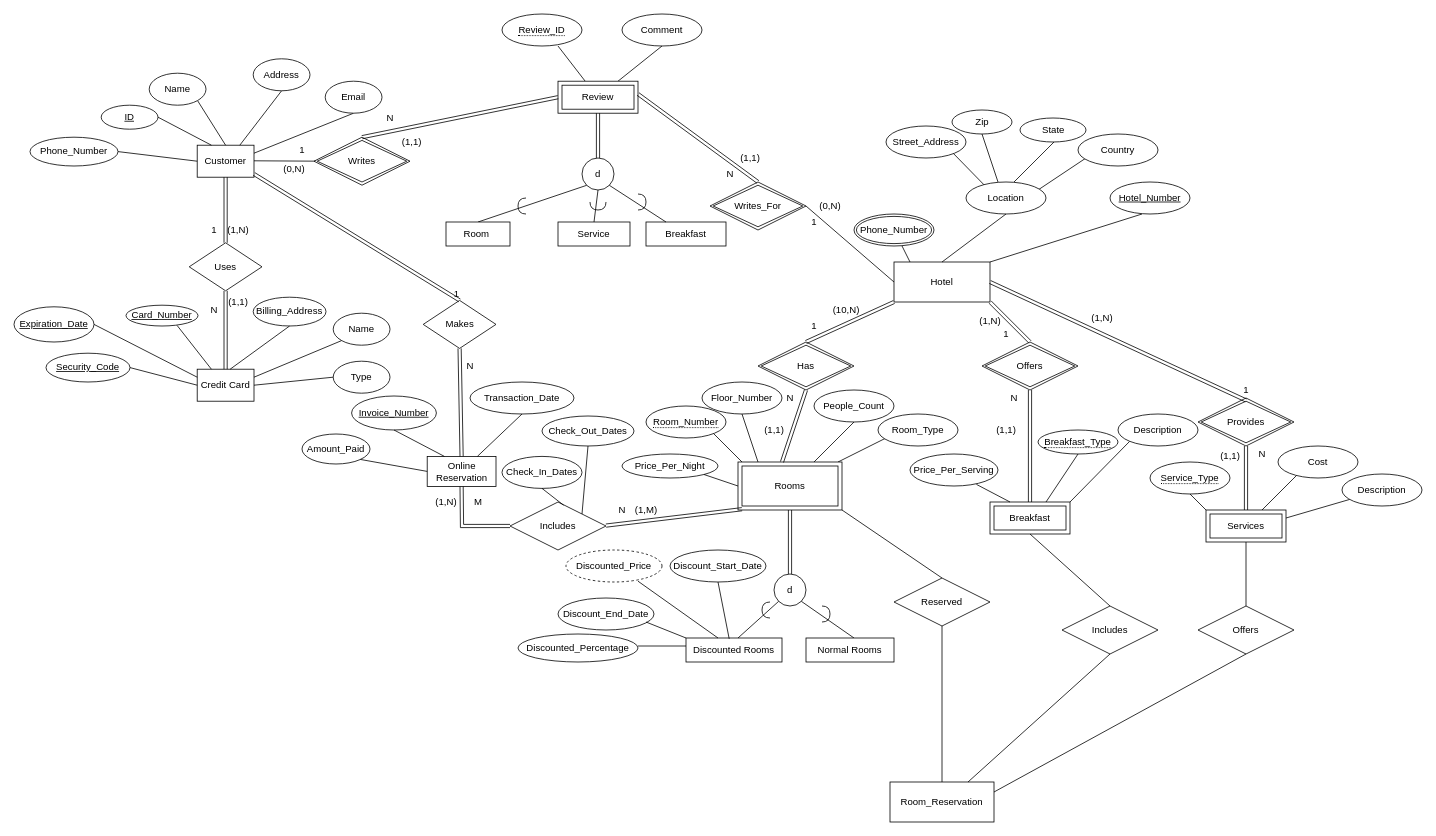
Above: diagrams/hotel-entity-0.1.drawio in susbiswas/njit-dbms-project1 (draw.io), before the change. Source tidied: cells renumbered, new cells numbered last; positions are measured from the earlier drawing's top-left corner, leaving out a move shared by most shapes. Both pictures are drawn from the tidied source at 80%, with x=0, y=0 at pixel (14, 14).
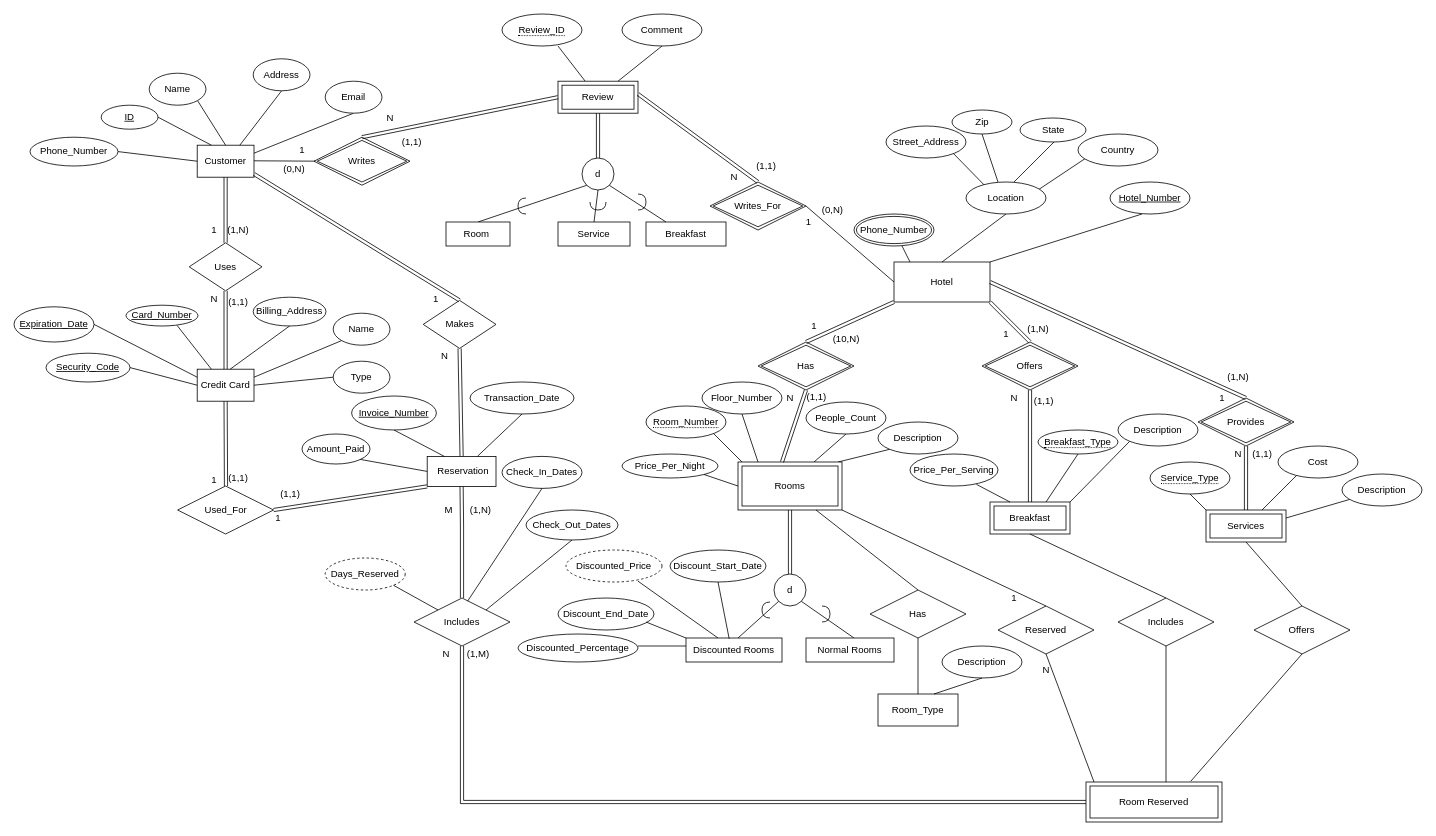
The same diagram, later.

Unchanged cells that the change refers to:
```xml
<mxCell id="11" value="Rooms" style="shape=ext;margin=3;double=1;whiteSpace=wrap;html=1;align=center;" parent="1" vertex="1">
  <mxGeometry x="905" y="560" width="130" height="60" as="geometry" />
</mxCell>
<mxCell id="17" value="Hotel" style="rounded=0;whiteSpace=wrap;html=1;" parent="1" vertex="1">
  <mxGeometry x="1100" y="310" width="120" height="50" as="geometry" />
</mxCell>
<mxCell id="29" value="Provides" style="shape=rhombus;double=1;perimeter=rhombusPerimeter;whiteSpace=wrap;html=1;align=center;" parent="1" vertex="1">
  <mxGeometry x="1480" y="480" width="120" height="60" as="geometry" />
</mxCell>
<mxCell id="83" value="Credit Card" style="whiteSpace=wrap;html=1;align=center;" parent="1" vertex="1">
  <mxGeometry x="229" y="444" width="71" height="40" as="geometry" />
</mxCell>
<mxCell id="163" style="shape=link;html=1;rounded=0;entryX=0.5;entryY=0;entryDx=0;entryDy=0;" parent="1" edge="1" target="100">
  <mxGeometry relative="1" as="geometry">
    <mxPoint x="300" y="200" as="sourcePoint" />
  </mxGeometry>
</mxCell>
```

The edit, as a diff of the source:
```diff
@@
-    <mxCell id="7" style="endArrow=none;html=1;" parent="1" edge="1">
+    <mxCell id="7" style="endArrow=none;html=1;entryX=0;entryY=1;entryDx=0;entryDy=0;" parent="1" edge="1" target="15">
       <mxGeometry relative="1" as="geometry">
         <mxPoint x="1030" y="560" as="sourcePoint" />
-        <mxPoint x="1090" y="530" as="targetPoint" />
       </mxGeometry>
     </mxCell>
-    <mxCell id="8" style="endArrow=none;html=1;" parent="1" edge="1">
+    <mxCell id="8" style="endArrow=none;html=1;entryX=0.5;entryY=1;entryDx=0;entryDy=0;" parent="1" edge="1" target="14">
       <mxGeometry relative="1" as="geometry">
         <mxPoint x="1000" y="560" as="sourcePoint" />
-        <mxPoint x="1050" y="510" as="targetPoint" />
       </mxGeometry>
     </mxCell>
@@
     <mxCell id="14" value="People_Count" style="ellipse;whiteSpace=wrap;html=1;align=center;" parent="1" vertex="1">
-      <mxGeometry x="1000" y="470" width="100" height="40" as="geometry" />
+      <mxGeometry x="990" y="485" width="100" height="40" as="geometry" />
     </mxCell>
-    <mxCell id="15" value="Room_Type" style="ellipse;whiteSpace=wrap;html=1;align=center;" parent="1" vertex="1">
-      <mxGeometry x="1080" y="500" width="100" height="40" as="geometry" />
+    <mxCell id="15" value="Description" style="ellipse;whiteSpace=wrap;html=1;align=center;" parent="1" vertex="1">
+      <mxGeometry x="1080" y="510" width="100" height="40" as="geometry" />
     </mxCell>
@@
     <mxCell id="66" value="Includes" style="shape=rhombus;perimeter=rhombusPerimeter;whiteSpace=wrap;html=1;align=center;" parent="1" vertex="1">
-      <mxGeometry x="620" y="610" width="120" height="60" as="geometry" />
+      <mxGeometry x="500" y="730" width="120" height="60" as="geometry" />
     </mxCell>
@@
-    <mxCell id="71" value="1" style="text;html=1;align=center;verticalAlign=middle;points=[];" parent="1" vertex="1">
-      <mxGeometry x="1530" y="460" width="20" height="20" as="geometry" />
-    </mxCell>
     <mxCell id="72" value="N" style="text;html=1;align=center;verticalAlign=middle;" parent="1" vertex="1">
-      <mxGeometry x="1550" y="540" width="20" height="20" as="geometry" />
+      <mxGeometry x="1520" y="540" width="20" height="20" as="geometry" />
     </mxCell>
@@
-    <mxCell id="99" value="Online Reservation" style="whiteSpace=wrap;html=1;align=center;" parent="1" vertex="1">
+    <mxCell id="99" value="&amp;nbsp;Reservation" style="whiteSpace=wrap;html=1;align=center;" parent="1" vertex="1">
       <mxGeometry x="516.5" y="553" width="86" height="37.5" as="geometry" />
     </mxCell>
@@
-    <mxCell id="107" style="shape=link;html=1;rounded=0;entryX=0;entryY=0.5;entryDx=0;entryDy=0;exitX=0.5;exitY=1;exitDx=0;exitDy=0;" parent="1" edge="1" source="99" target="66">
+    <mxCell id="107" style="shape=link;html=1;rounded=0;entryX=0.5;entryY=0;entryDx=0;entryDy=0;exitX=0.5;exitY=1;exitDx=0;exitDy=0;" parent="1" edge="1" source="99" target="66">
       <mxGeometry relative="1" as="geometry">
         <Array as="points">
           <mxPoint x="560" y="640" />
         </Array>
       </mxGeometry>
     </mxCell>
@@
-    <mxCell id="109" value="Room_Reservation" style="whiteSpace=wrap;html=1;align=center;" parent="1" vertex="1">
-      <mxGeometry x="1095" y="960" width="130" height="50" as="geometry" />
-    </mxCell>
     <mxCell id="110" value="Reserved" style="shape=rhombus;perimeter=rhombusPerimeter;whiteSpace=wrap;html=1;align=center;" parent="1" vertex="1">
-      <mxGeometry x="1100" y="705" width="120" height="60" as="geometry" />
+      <mxGeometry x="1230" y="740" width="120" height="60" as="geometry" />
     </mxCell>
@@
-    <mxCell id="112" style="endArrow=none;html=1;rounded=0;exitX=0.5;exitY=1;exitDx=0;exitDy=0;entryX=0.5;entryY=0;entryDx=0;entryDy=0;" parent="1" edge="1" source="110" target="109">
-      <mxGeometry relative="1" as="geometry" />
+    <mxCell id="112" style="endArrow=none;html=1;rounded=0;exitX=0.5;exitY=1;exitDx=0;exitDy=0;" parent="1" edge="1" source="110">
+      <mxGeometry relative="1" as="geometry">
+        <mxPoint x="1350" y="960" as="targetPoint" />
+      </mxGeometry>
     </mxCell>
-    <mxCell id="113" style="endArrow=none;html=1;rounded=0;" parent="1" edge="1">
+    <mxCell id="113" style="endArrow=none;html=1;rounded=0;entryX=0.5;entryY=0;entryDx=0;entryDy=0;" parent="1" edge="1" target="114">
       <mxGeometry relative="1" as="geometry">
         <mxPoint x="1270" y="650" as="sourcePoint" />
-        <mxPoint x="1370" y="740" as="targetPoint" />
       </mxGeometry>
     </mxCell>
     <mxCell id="114" value="Includes" style="shape=rhombus;perimeter=rhombusPerimeter;whiteSpace=wrap;html=1;align=center;" parent="1" vertex="1">
-      <mxGeometry x="1310" y="740" width="120" height="60" as="geometry" />
+      <mxGeometry x="1380" y="730" width="120" height="60" as="geometry" />
     </mxCell>
-    <mxCell id="115" style="endArrow=none;html=1;rounded=0;entryX=0.75;entryY=0;entryDx=0;entryDy=0;" parent="1" edge="1" target="109">
+    <mxCell id="115" style="endArrow=none;html=1;rounded=0;exitX=0.5;exitY=1;exitDx=0;exitDy=0;" parent="1" edge="1" source="114">
       <mxGeometry relative="1" as="geometry">
-        <mxPoint x="1370" y="800" as="sourcePoint" />
+        <mxPoint x="1440" y="960" as="targetPoint" />
       </mxGeometry>
     </mxCell>
-    <mxCell id="116" style="endArrow=none;html=1;rounded=0;" parent="1" edge="1">
+    <mxCell id="116" style="endArrow=none;html=1;rounded=0;entryX=0.5;entryY=0;entryDx=0;entryDy=0;" parent="1" edge="1" target="117">
       <mxGeometry relative="1" as="geometry">
         <mxPoint x="1540" y="660" as="sourcePoint" />
-        <mxPoint x="1540" y="740" as="targetPoint" />
       </mxGeometry>
     </mxCell>
     <mxCell id="117" value="Offers" style="shape=rhombus;perimeter=rhombusPerimeter;whiteSpace=wrap;html=1;align=center;" parent="1" vertex="1">
-      <mxGeometry x="1480" y="740" width="120" height="60" as="geometry" />
+      <mxGeometry x="1550" y="740" width="120" height="60" as="geometry" />
     </mxCell>
-    <mxCell id="118" style="endArrow=none;html=1;rounded=0;entryX=0.5;entryY=1;entryDx=0;entryDy=0;exitX=1;exitY=0.25;exitDx=0;exitDy=0;" parent="1" edge="1" source="109" target="117">
-      <mxGeometry relative="1" as="geometry" />
+    <mxCell id="118" style="endArrow=none;html=1;rounded=0;entryX=0.5;entryY=1;entryDx=0;entryDy=0;exitX=0.931;exitY=-0.02;exitDx=0;exitDy=0;exitPerimeter=0;" parent="1" edge="1" target="117">
+      <mxGeometry relative="1" as="geometry">
+        <mxPoint x="1471" y="959" as="sourcePoint" />
+      </mxGeometry>
     </mxCell>
-    <mxCell id="119" style="shape=link;html=1;rounded=0;" parent="1" edge="1">
-      <mxGeometry relative="1" as="geometry">
-        <mxPoint x="740" y="639.5" as="sourcePoint" />
-        <mxPoint x="910" y="619" as="targetPoint" />
-      </mxGeometry>
-    </mxCell>
@@
-    <mxCell id="143" style="shape=link;html=1;rounded=0;exitX=1;exitY=0.5;exitDx=0;exitDy=0;entryX=0.5;entryY=1.15;entryDx=0;entryDy=0;entryPerimeter=0;" parent="1" edge="1" source="17" target="71">
+    <mxCell id="143" style="shape=link;html=1;rounded=0;exitX=1;exitY=0.5;exitDx=0;exitDy=0;entryX=0.5;entryY=0;entryDx=0;entryDy=0;" parent="1" edge="1" source="17" target="29">
       <mxGeometry relative="1" as="geometry" />
     </mxCell>
     <mxCell id="144" value="(10,N)" style="text;html=1;align=center;verticalAlign=middle;" parent="1" vertex="1">
-      <mxGeometry x="1015" y="360" width="50" height="20" as="geometry" />
+      <mxGeometry x="1015" y="397" width="50" height="20" as="geometry" />
     </mxCell>
     <mxCell id="145" value="(1,1)" style="text;html=1;align=center;verticalAlign=middle;" parent="1" vertex="1">
-      <mxGeometry x="930" y="510" width="40" height="20" as="geometry" />
+      <mxGeometry x="983" y="469" width="40" height="20" as="geometry" />
     </mxCell>
     <mxCell id="146" value="(1,N)" style="text;html=1;align=center;verticalAlign=middle;" parent="1" vertex="1">
-      <mxGeometry x="1200" y="374" width="40" height="20" as="geometry" />
+      <mxGeometry x="1260" y="384" width="40" height="20" as="geometry" />
     </mxCell>
     <mxCell id="147" value="(1,1)" style="text;html=1;align=center;verticalAlign=middle;" parent="1" vertex="1">
-      <mxGeometry x="1220" y="510" width="40" height="20" as="geometry" />
+      <mxGeometry x="1267" y="474" width="40" height="20" as="geometry" />
     </mxCell>
     <mxCell id="148" value="(1,N)" style="text;html=1;align=center;verticalAlign=middle;" parent="1" vertex="1">
-      <mxGeometry x="1340" y="370" width="40" height="20" as="geometry" />
+      <mxGeometry x="1510" y="444" width="40" height="20" as="geometry" />
     </mxCell>
     <mxCell id="149" value="(1,1)" style="text;html=1;align=center;verticalAlign=middle;" parent="1" vertex="1">
-      <mxGeometry x="1500" y="542.5" width="40" height="20" as="geometry" />
+      <mxGeometry x="1540" y="540" width="40" height="20" as="geometry" />
     </mxCell>
     <mxCell id="150" value="N" style="text;html=1;align=center;verticalAlign=middle;" parent="1" vertex="1">
-      <mxGeometry x="560" y="430" width="20" height="20" as="geometry" />
+      <mxGeometry x="528" y="418" width="20" height="20" as="geometry" />
     </mxCell>
-    <mxCell id="151" value="N" style="text;html=1;align=center;verticalAlign=middle;" parent="1" vertex="1">
-      <mxGeometry x="750" y="610" width="20" height="20" as="geometry" />
-    </mxCell>
     <mxCell id="152" value="M" style="text;html=1;align=center;verticalAlign=middle;" parent="1" vertex="1">
-      <mxGeometry x="565" y="600" width="30" height="20" as="geometry" />
+      <mxGeometry x="528" y="610" width="30" height="20" as="geometry" />
     </mxCell>
-    <mxCell id="153" value="(1,M)" style="text;html=1;align=center;verticalAlign=middle;" parent="1" vertex="1">
-      <mxGeometry x="770" y="610" width="40" height="20" as="geometry" />
-    </mxCell>
     <mxCell id="154" value="(1,N)" style="text;html=1;align=center;verticalAlign=middle;" parent="1" vertex="1">
-      <mxGeometry x="520" y="600" width="40" height="20" as="geometry" />
+      <mxGeometry x="562.5" y="610" width="40" height="20" as="geometry" />
     </mxCell>
@@
     <mxCell id="156" value="Check_Out_Dates" style="ellipse;whiteSpace=wrap;html=1;align=center;" parent="1" vertex="1">
-      <mxGeometry x="660" y="502.5" width="115" height="37.5" as="geometry" />
+      <mxGeometry x="640" y="620" width="115" height="37.5" as="geometry" />
     </mxCell>
@@
     <mxCell id="159" value="N" style="text;html=1;align=center;verticalAlign=middle;" parent="1" vertex="1">
-      <mxGeometry x="240" y="360" width="20" height="20" as="geometry" />
+      <mxGeometry x="240" y="346" width="20" height="20" as="geometry" />
     </mxCell>
@@
-    <mxCell id="164" value="1" style="html=1;align=right;verticalAlign=bottom;" parent="163" vertex="1">
-      <mxGeometry x="1" relative="1" as="geometry" />
-    </mxCell>
@@
     <mxCell id="171" value="N" style="text;html=1;align=center;verticalAlign=middle;" parent="1" vertex="1">
-      <mxGeometry x="885" y="190" width="20" height="20" as="geometry" />
+      <mxGeometry x="890" y="194" width="20" height="20" as="geometry" />
     </mxCell>
     <mxCell id="172" value="1" style="text;html=1;align=center;verticalAlign=middle;" parent="1" vertex="1">
-      <mxGeometry x="990" y="250" width="20" height="20" as="geometry" />
+      <mxGeometry x="983" y="250" width="20" height="20" as="geometry" />
     </mxCell>
     <mxCell id="173" value="(0,N)" style="text;html=1;align=center;verticalAlign=middle;" parent="1" vertex="1">
-      <mxGeometry x="1000" y="230" width="40" height="20" as="geometry" />
+      <mxGeometry x="1003" y="235" width="40" height="20" as="geometry" />
     </mxCell>
     <mxCell id="174" value="(1,1)" style="text;html=1;align=center;verticalAlign=middle;" parent="1" vertex="1">
-      <mxGeometry x="900" y="170" width="40" height="20" as="geometry" />
+      <mxGeometry x="920" y="180" width="40" height="20" as="geometry" />
     </mxCell>
+    <mxCell id="175" style="endArrow=none;html=1;entryX=0.75;entryY=1;entryDx=0;entryDy=0;" parent="1" edge="1" target="11">
+      <mxGeometry relative="1" as="geometry">
+        <mxPoint x="1130" y="720" as="sourcePoint" />
+      </mxGeometry>
+    </mxCell>
+    <mxCell id="176" value="Has" style="shape=rhombus;perimeter=rhombusPerimeter;whiteSpace=wrap;html=1;align=center;" parent="1" vertex="1">
+      <mxGeometry x="1070" y="720" width="120" height="60" as="geometry" />
+    </mxCell>
+    <mxCell id="177" style="endArrow=none;html=1;rounded=0;" parent="1" edge="1">
+      <mxGeometry relative="1" as="geometry">
+        <mxPoint x="1130" y="780" as="sourcePoint" />
+        <mxPoint x="1130" y="850" as="targetPoint" />
+      </mxGeometry>
+    </mxCell>
+    <mxCell id="178" value="Room_Type" style="whiteSpace=wrap;html=1;align=center;" parent="1" vertex="1">
+      <mxGeometry x="1080" y="850" width="100" height="40" as="geometry" />
+    </mxCell>
+    <mxCell id="179" value="Description" style="ellipse;whiteSpace=wrap;html=1;align=center;" parent="1" vertex="1">
+      <mxGeometry x="1160" y="790" width="100" height="40" as="geometry" />
+    </mxCell>
+    <mxCell id="180" style="endArrow=none;html=1;rounded=0;entryX=0.5;entryY=1;entryDx=0;entryDy=0;" parent="1" edge="1" target="179">
+      <mxGeometry relative="1" as="geometry">
+        <mxPoint x="1150" y="850" as="sourcePoint" />
+      </mxGeometry>
+    </mxCell>
+    <mxCell id="181" style="shape=link;html=1;rounded=0;exitX=0.5;exitY=1;exitDx=0;exitDy=0;" parent="1" edge="1" source="83">
+      <mxGeometry relative="1" as="geometry">
+        <mxPoint x="265" y="590" as="targetPoint" />
+      </mxGeometry>
+    </mxCell>
+    <mxCell id="182" value="Used_For" style="shape=rhombus;perimeter=rhombusPerimeter;whiteSpace=wrap;html=1;align=center;" parent="1" vertex="1">
+      <mxGeometry x="204.5" y="590" width="120" height="60" as="geometry" />
+    </mxCell>
+    <mxCell id="183" style="shape=link;html=1;rounded=0;entryX=0;entryY=1;entryDx=0;entryDy=0;exitX=1;exitY=0.5;exitDx=0;exitDy=0;" parent="1" edge="1" source="182" target="99">
+      <mxGeometry relative="1" as="geometry" />
+    </mxCell>
+    <mxCell id="184" value="1" style="text;html=1;align=center;verticalAlign=middle;" parent="1" vertex="1">
+      <mxGeometry x="240" y="573" width="20" height="20" as="geometry" />
+    </mxCell>
+    <mxCell id="185" value="1" style="text;html=1;align=center;verticalAlign=middle;rotation=0;" parent="1" vertex="1">
+      <mxGeometry x="320" y="620" width="20" height="20" as="geometry" />
+    </mxCell>
+    <mxCell id="186" value="(1,1)" style="text;html=1;align=center;verticalAlign=middle;" parent="1" vertex="1">
+      <mxGeometry x="325" y="590" width="40" height="20" as="geometry" />
+    </mxCell>
+    <mxCell id="187" value="(1,1)" style="text;html=1;align=center;verticalAlign=middle;" parent="1" vertex="1">
+      <mxGeometry x="260" y="570" width="40" height="20" as="geometry" />
+    </mxCell>
+    <mxCell id="188" value="Room Reserved" style="shape=ext;margin=3;double=1;whiteSpace=wrap;html=1;align=center;" parent="1" vertex="1">
+      <mxGeometry x="1340" y="960" width="170" height="50" as="geometry" />
+    </mxCell>
+    <mxCell id="189" value="N" style="text;html=1;align=center;verticalAlign=middle;" parent="1" vertex="1">
+      <mxGeometry x="1280" y="810" width="20" height="20" as="geometry" />
+    </mxCell>
+    <mxCell id="190" value="1" style="text;html=1;align=center;verticalAlign=middle;" parent="1" vertex="1">
+      <mxGeometry x="1240" y="720" width="20" height="20" as="geometry" />
+    </mxCell>
+    <mxCell id="191" value="1" style="text;html=1;align=center;verticalAlign=middle;" parent="1" vertex="1">
+      <mxGeometry x="1500" y="470" width="20" height="20" as="geometry" />
+    </mxCell>
+    <mxCell id="192" value="1" style="text;html=1;align=center;verticalAlign=middle;" parent="1" vertex="1">
+      <mxGeometry x="516.5" y="346" width="20" height="20" as="geometry" />
+    </mxCell>
+    <mxCell id="193" style="shape=link;html=1;rounded=0;exitX=0;exitY=0.5;exitDx=0;exitDy=0;entryX=0.5;entryY=1;entryDx=0;entryDy=0;" parent="1" edge="1" source="188" target="66">
+      <mxGeometry relative="1" as="geometry">
+        <Array as="points">
+          <mxPoint x="560" y="985" />
+        </Array>
+      </mxGeometry>
+    </mxCell>
+    <mxCell id="194" value="N" style="text;html=1;align=center;verticalAlign=middle;" parent="1" vertex="1">
+      <mxGeometry x="530" y="790" width="20" height="20" as="geometry" />
+    </mxCell>
+    <mxCell id="153" value="(1,M)" style="text;html=1;align=center;verticalAlign=middle;" parent="1" vertex="1">
+      <mxGeometry x="560" y="790" width="40" height="20" as="geometry" />
+    </mxCell>
+    <mxCell id="195" value="Days_Reserved" style="ellipse;whiteSpace=wrap;html=1;align=center;dashed=1;" parent="1" vertex="1">
+      <mxGeometry x="389" y="680" width="100" height="40" as="geometry" />
+    </mxCell>
+    <mxCell id="196" style="endArrow=none;html=1;rounded=0;exitX=1;exitY=1;exitDx=0;exitDy=0;entryX=0;entryY=0;entryDx=0;entryDy=0;" parent="1" edge="1" source="195" target="66">
+      <mxGeometry relative="1" as="geometry" />
+    </mxCell>
```
